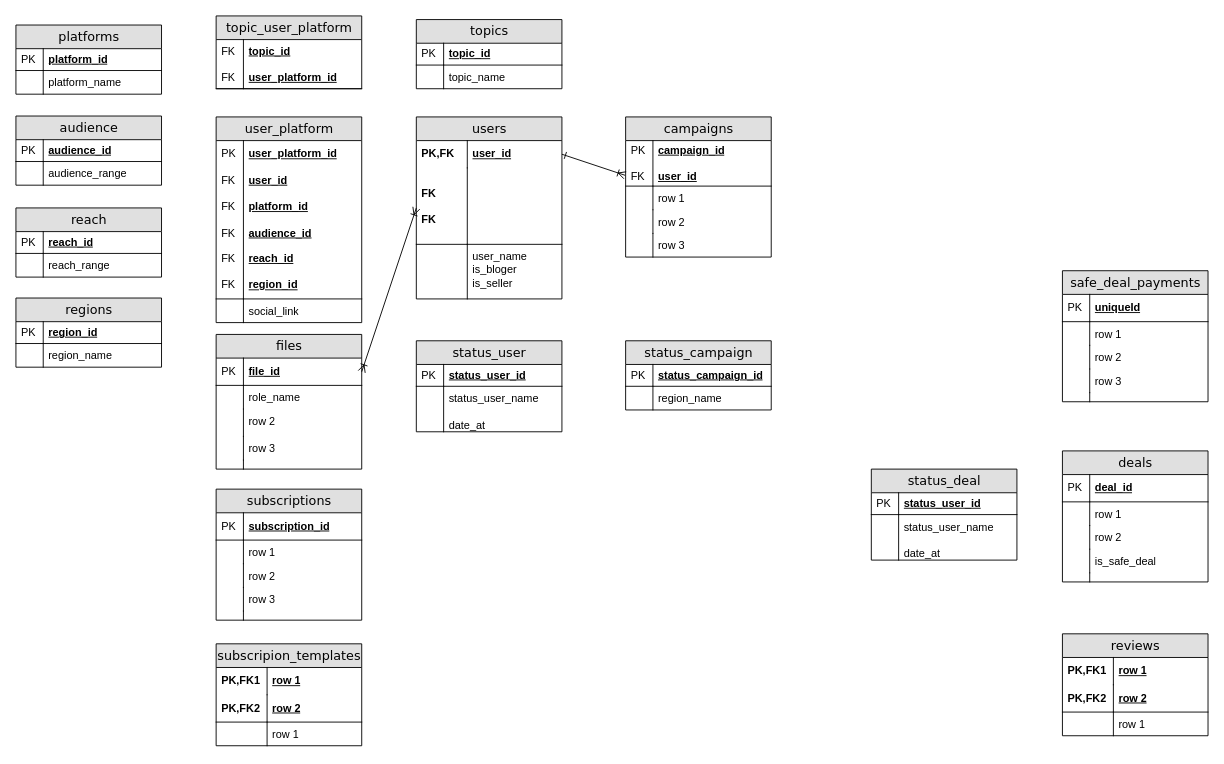
Above: diagrams/erd.drawio.xml in NadezdaHope19/practice (draw.io), before the change. Source tidied: cells renumbered, new cells numbered last; positions are measured from the earlier drawing's top-left corner, leaving out a move shared by most shapes. Both pictures are drawn from the tidied source at 91%, with x=0, y=0 at pixel (15, 15).
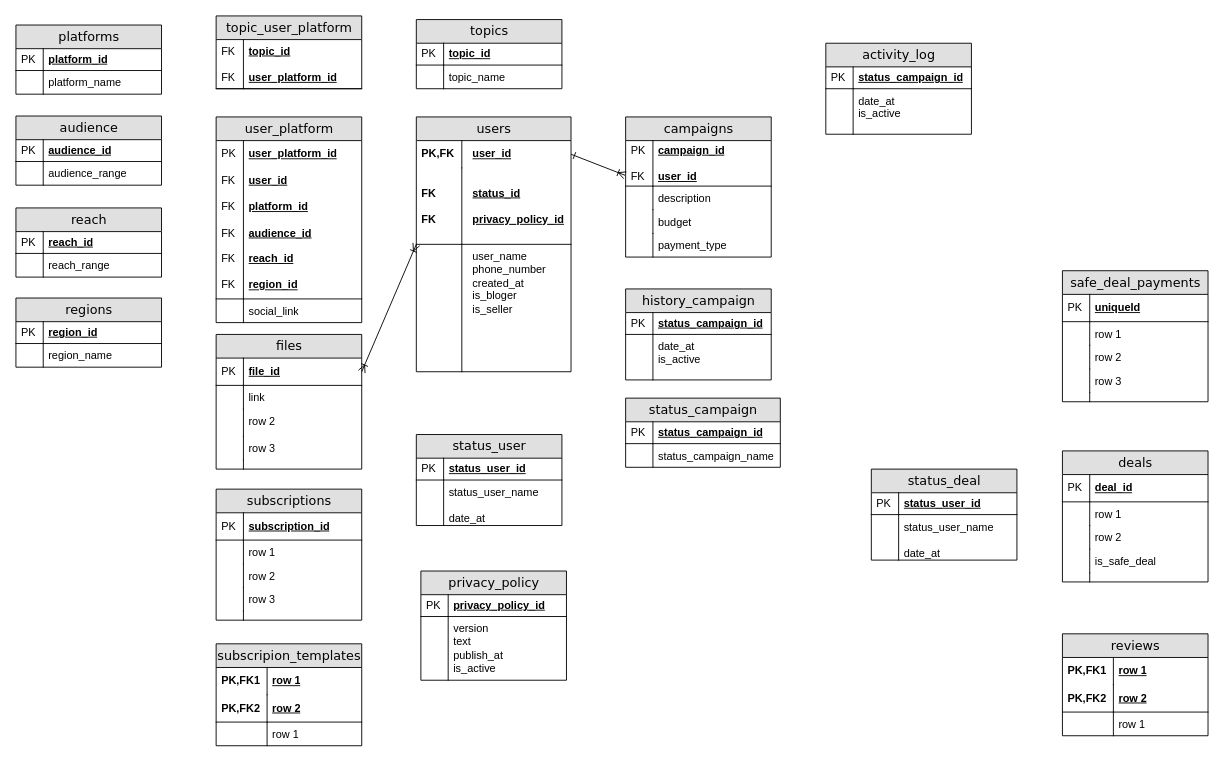
Above is the later version.

The change refers to these unchanged cells:
```xml
<mxCell id="9" value="campaigns" style="swimlane;html=1;fontStyle=0;horizontal=1;startSize=26;fillColor=#e0e0e0;swimlaneFillColor=#ffffff;align=center;rounded=0;shadow=0;comic=0;labelBackgroundColor=none;strokeWidth=1;fontFamily=Verdana;fontSize=14;swimlaneLine=1;" parent="1" vertex="1">
  <mxGeometry x="670" y="111" width="160" height="154" as="geometry" />
</mxCell>
<mxCell id="65" value="files" style="swimlane;html=1;fontStyle=0;horizontal=1;startSize=26;fillColor=#e0e0e0;swimlaneFillColor=#ffffff;align=center;rounded=0;shadow=0;comic=0;labelBackgroundColor=none;strokeWidth=1;fontFamily=Verdana;fontSize=14;" parent="1" vertex="1">
  <mxGeometry x="220" y="350" width="160" height="148" as="geometry" />
</mxCell>
```

What changed in the source:
```diff
@@
     <mxCell id="2" value="users" style="swimlane;html=1;fontStyle=0;horizontal=1;startSize=26;fillColor=#e0e0e0;swimlaneFillColor=#ffffff;align=center;rounded=0;shadow=0;comic=0;labelBackgroundColor=none;strokeWidth=1;fontFamily=Verdana;fontSize=14;" parent="1" vertex="1">
-      <mxGeometry x="440" y="111" width="160" height="200" as="geometry" />
+      <mxGeometry x="440" y="111" width="170" height="280" as="geometry" />
     </mxCell>
     <mxCell id="3" value="user_id" style="shape=partialRectangle;top=0;left=0;right=0;bottom=0;html=1;align=left;verticalAlign=middle;fillColor=none;spacingLeft=60;spacingRight=4;whiteSpace=wrap;overflow=hidden;points=[[0,0.5],[1,0.5]];portConstraint=eastwest;fontStyle=5;" parent="2" vertex="1">
-      <mxGeometry y="26" width="160" height="30" as="geometry" />
+      <mxGeometry y="26" width="170" height="30" as="geometry" />
     </mxCell>
     <mxCell id="4" value="PK,FK" style="shape=partialRectangle;fontStyle=1;top=0;left=0;bottom=0;html=1;fillColor=none;align=left;verticalAlign=middle;spacingLeft=4;spacingRight=4;whiteSpace=wrap;overflow=hidden;" parent="3" vertex="1">
-      <mxGeometry width="56" height="30" as="geometry" />
+      <mxGeometry width="50" height="30" as="geometry" />
     </mxCell>
-    <mxCell id="5" style="shape=partialRectangle;top=0;left=0;right=0;bottom=1;html=1;align=left;verticalAlign=middle;fillColor=none;spacingLeft=60;spacingRight=4;whiteSpace=wrap;overflow=hidden;fontStyle=5;" parent="2" vertex="1">
-      <mxGeometry y="56" width="160" height="84" as="geometry" />
+    <mxCell id="5" value="status_id&lt;div&gt;&lt;span style=&quot;background-color: transparent; color: light-dark(rgb(0, 0, 0), rgb(255, 255, 255));&quot;&gt;&lt;br&gt;&lt;/span&gt;&lt;/div&gt;&lt;div&gt;&lt;span style=&quot;background-color: transparent; color: light-dark(rgb(0, 0, 0), rgb(255, 255, 255));&quot;&gt;privacy_policy_id&lt;/span&gt;&lt;/div&gt;" style="shape=partialRectangle;top=0;left=0;right=0;bottom=1;html=1;align=left;verticalAlign=middle;fillColor=none;spacingLeft=60;spacingRight=4;whiteSpace=wrap;overflow=hidden;fontStyle=5;" parent="2" vertex="1">
+      <mxGeometry y="56" width="170" height="84" as="geometry" />
     </mxCell>
     <mxCell id="6" value="FK&lt;div&gt;&lt;br&gt;&lt;/div&gt;&lt;div&gt;FK&lt;/div&gt;" style="shape=partialRectangle;fontStyle=1;top=0;left=0;bottom=0;html=1;fillColor=none;align=left;verticalAlign=middle;spacingLeft=4;spacingRight=4;whiteSpace=wrap;overflow=hidden;" parent="5" vertex="1">
-      <mxGeometry width="56" height="84" as="geometry" />
+      <mxGeometry width="50" height="84" as="geometry" />
     </mxCell>
-    <mxCell id="7" value="user_name&lt;div&gt;is_bloger&lt;/div&gt;&lt;div&gt;is_seller&lt;/div&gt;&lt;div&gt;&lt;br&gt;&lt;/div&gt;" style="shape=partialRectangle;top=0;left=0;right=0;bottom=0;html=1;align=left;verticalAlign=top;fillColor=none;spacingLeft=60;spacingRight=4;whiteSpace=wrap;overflow=hidden;" parent="2" vertex="1">
-      <mxGeometry y="140" width="160" height="60" as="geometry" />
+    <mxCell id="7" value="user_name&lt;div&gt;phone_number&lt;br&gt;&lt;div&gt;created_at&lt;/div&gt;&lt;div&gt;is_bloger&lt;/div&gt;&lt;div&gt;is_seller&lt;/div&gt;&lt;div&gt;&lt;br&gt;&lt;/div&gt;&lt;/div&gt;" style="shape=partialRectangle;top=0;left=0;right=0;bottom=0;html=1;align=left;verticalAlign=top;fillColor=none;spacingLeft=60;spacingRight=4;whiteSpace=wrap;overflow=hidden;" parent="2" vertex="1">
+      <mxGeometry y="140" width="170" height="140" as="geometry" />
     </mxCell>
     <mxCell id="8" style="shape=partialRectangle;top=0;left=0;bottom=0;html=1;fillColor=none;align=left;verticalAlign=top;spacingLeft=4;spacingRight=4;whiteSpace=wrap;overflow=hidden;" parent="7" vertex="1">
-      <mxGeometry width="56" height="60" as="geometry" />
+      <mxGeometry width="50" height="140" as="geometry" />
     </mxCell>
@@
-    <mxCell id="12" value="row 1" style="shape=partialRectangle;top=0;left=0;right=0;bottom=0;html=1;align=left;verticalAlign=top;fillColor=none;spacingLeft=34;spacingRight=4;whiteSpace=wrap;overflow=hidden;" parent="9" vertex="1">
+    <mxCell id="12" value="description" style="shape=partialRectangle;top=0;left=0;right=0;bottom=0;html=1;align=left;verticalAlign=top;fillColor=none;spacingLeft=34;spacingRight=4;whiteSpace=wrap;overflow=hidden;" parent="9" vertex="1">
       <mxGeometry y="76" width="160" height="26" as="geometry" />
     </mxCell>
@@
-    <mxCell id="14" value="row 2" style="shape=partialRectangle;top=0;left=0;right=0;bottom=0;html=1;align=left;verticalAlign=top;fillColor=none;spacingLeft=34;spacingRight=4;whiteSpace=wrap;overflow=hidden;" parent="9" vertex="1">
+    <mxCell id="14" value="budget" style="shape=partialRectangle;top=0;left=0;right=0;bottom=0;html=1;align=left;verticalAlign=top;fillColor=none;spacingLeft=34;spacingRight=4;whiteSpace=wrap;overflow=hidden;" parent="9" vertex="1">
       <mxGeometry y="102" width="160" height="26" as="geometry" />
     </mxCell>
@@
-    <mxCell id="16" value="row 3" style="shape=partialRectangle;top=0;left=0;right=0;bottom=0;html=1;align=left;verticalAlign=top;fillColor=none;spacingLeft=34;spacingRight=4;whiteSpace=wrap;overflow=hidden;" parent="9" vertex="1">
+    <mxCell id="16" value="payment_type" style="shape=partialRectangle;top=0;left=0;right=0;bottom=0;html=1;align=left;verticalAlign=top;fillColor=none;spacingLeft=34;spacingRight=4;whiteSpace=wrap;overflow=hidden;" parent="9" vertex="1">
       <mxGeometry y="128" width="160" height="26" as="geometry" />
     </mxCell>
@@
-    <mxCell id="68" value="role_name" style="shape=partialRectangle;top=0;left=0;right=0;bottom=0;html=1;align=left;verticalAlign=top;fillColor=none;spacingLeft=34;spacingRight=4;whiteSpace=wrap;overflow=hidden;" parent="65" vertex="1">
+    <mxCell id="68" value="link" style="shape=partialRectangle;top=0;left=0;right=0;bottom=0;html=1;align=left;verticalAlign=top;fillColor=none;spacingLeft=34;spacingRight=4;whiteSpace=wrap;overflow=hidden;" parent="65" vertex="1">
       <mxGeometry y="56" width="160" height="26" as="geometry" />
     </mxCell>
@@
     <mxCell id="111" value="status_user" style="swimlane;html=1;fontStyle=0;horizontal=1;startSize=26;fillColor=#e0e0e0;swimlaneFillColor=#ffffff;align=center;rounded=0;shadow=0;comic=0;labelBackgroundColor=none;strokeWidth=1;fontFamily=Verdana;fontSize=14;swimlaneLine=1;" parent="1" vertex="1">
-      <mxGeometry x="440" y="357" width="160" height="100" as="geometry" />
+      <mxGeometry x="440" y="460" width="160" height="100" as="geometry" />
     </mxCell>
@@
     <mxCell id="116" value="status_campaign" style="swimlane;html=1;fontStyle=0;horizontal=1;startSize=26;fillColor=#e0e0e0;swimlaneFillColor=#ffffff;align=center;rounded=0;shadow=0;comic=0;labelBackgroundColor=none;strokeWidth=1;fontFamily=Verdana;fontSize=14;swimlaneLine=1;" parent="1" vertex="1">
-      <mxGeometry x="670" y="357" width="160" height="76" as="geometry" />
+      <mxGeometry x="670" y="420" width="170" height="76" as="geometry" />
     </mxCell>
     <mxCell id="117" value="status_campaign_id" style="shape=partialRectangle;top=0;left=0;right=0;bottom=1;html=1;align=left;verticalAlign=middle;fillColor=none;spacingLeft=34;spacingRight=4;whiteSpace=wrap;overflow=hidden;fontStyle=5;" parent="116" vertex="1">
-      <mxGeometry y="26" width="160" height="24" as="geometry" />
+      <mxGeometry y="26" width="170" height="24" as="geometry" />
     </mxCell>
@@
-    <mxCell id="119" value="region_name" style="shape=partialRectangle;top=0;left=0;right=0;bottom=0;html=1;align=left;verticalAlign=top;fillColor=none;spacingLeft=34;spacingRight=4;whiteSpace=wrap;overflow=hidden;" parent="116" vertex="1">
-      <mxGeometry y="50" width="160" height="26" as="geometry" />
+    <mxCell id="119" value="status_campaign_name" style="shape=partialRectangle;top=0;left=0;right=0;bottom=0;html=1;align=left;verticalAlign=top;fillColor=none;spacingLeft=34;spacingRight=4;whiteSpace=wrap;overflow=hidden;" parent="116" vertex="1">
+      <mxGeometry y="50" width="170" height="26" as="geometry" />
     </mxCell>
@@
+    <mxCell id="126" value="privacy_policy" style="swimlane;html=1;fontStyle=0;horizontal=1;startSize=26;fillColor=#e0e0e0;swimlaneFillColor=#ffffff;align=center;rounded=0;shadow=0;comic=0;labelBackgroundColor=none;strokeWidth=1;fontFamily=Verdana;fontSize=14;swimlaneLine=1;" parent="1" vertex="1">
+      <mxGeometry x="445" y="610" width="160" height="120" as="geometry" />
+    </mxCell>
+    <mxCell id="127" value="privacy_policy_id" style="shape=partialRectangle;top=0;left=0;right=0;bottom=1;html=1;align=left;verticalAlign=middle;fillColor=none;spacingLeft=34;spacingRight=4;whiteSpace=wrap;overflow=hidden;fontStyle=5;" parent="126" vertex="1">
+      <mxGeometry y="26" width="160" height="24" as="geometry" />
+    </mxCell>
+    <mxCell id="128" value="PK" style="shape=partialRectangle;top=0;left=0;bottom=0;html=1;fillColor=none;align=left;verticalAlign=middle;spacingLeft=4;spacingRight=4;whiteSpace=wrap;overflow=hidden;" parent="127" vertex="1">
+      <mxGeometry width="30" height="24" as="geometry" />
+    </mxCell>
+    <mxCell id="129" value="&lt;div&gt;&lt;font&gt;&lt;font style=&quot;&quot;&gt;v&lt;/font&gt;ersion&lt;/font&gt;&lt;/div&gt;&lt;div&gt;&lt;font&gt;text&lt;/font&gt;&lt;/div&gt;&lt;div&gt;&lt;font&gt;publish_at&lt;/font&gt;&lt;/div&gt;&lt;div&gt;&lt;font&gt;is_active&lt;/font&gt;&lt;/div&gt;" style="shape=partialRectangle;top=0;left=0;right=0;bottom=0;html=1;align=left;verticalAlign=top;fillColor=none;spacingLeft=34;spacingRight=4;whiteSpace=wrap;overflow=hidden;" parent="126" vertex="1">
+      <mxGeometry y="50" width="160" height="70" as="geometry" />
+    </mxCell>
+    <mxCell id="130" style="shape=partialRectangle;top=0;left=0;bottom=0;html=1;fillColor=none;align=left;verticalAlign=top;spacingLeft=4;spacingRight=4;whiteSpace=wrap;overflow=hidden;" parent="129" vertex="1">
+      <mxGeometry width="30" height="70" as="geometry" />
+    </mxCell>
+    <mxCell id="131" value="history_campaign" style="swimlane;html=1;fontStyle=0;horizontal=1;startSize=26;fillColor=#e0e0e0;swimlaneFillColor=#ffffff;align=center;rounded=0;shadow=0;comic=0;labelBackgroundColor=none;strokeWidth=1;fontFamily=Verdana;fontSize=14;swimlaneLine=1;" parent="1" vertex="1">
+      <mxGeometry x="670" y="300" width="160" height="100" as="geometry" />
+    </mxCell>
+    <mxCell id="132" value="status_campaign_id" style="shape=partialRectangle;top=0;left=0;right=0;bottom=1;html=1;align=left;verticalAlign=middle;fillColor=none;spacingLeft=34;spacingRight=4;whiteSpace=wrap;overflow=hidden;fontStyle=5;" parent="131" vertex="1">
+      <mxGeometry y="26" width="160" height="24" as="geometry" />
+    </mxCell>
+    <mxCell id="133" value="PK" style="shape=partialRectangle;top=0;left=0;bottom=0;html=1;fillColor=none;align=left;verticalAlign=middle;spacingLeft=4;spacingRight=4;whiteSpace=wrap;overflow=hidden;" parent="132" vertex="1">
+      <mxGeometry width="30" height="24" as="geometry" />
+    </mxCell>
+    <mxCell id="134" value="date_at&lt;div&gt;&lt;span style=&quot;background-color: transparent; color: light-dark(rgb(0, 0, 0), rgb(255, 255, 255));&quot;&gt;is_active&lt;/span&gt;&lt;/div&gt;" style="shape=partialRectangle;top=0;left=0;right=0;bottom=0;html=1;align=left;verticalAlign=top;fillColor=none;spacingLeft=34;spacingRight=4;whiteSpace=wrap;overflow=hidden;" parent="131" vertex="1">
+      <mxGeometry y="50" width="160" height="50" as="geometry" />
+    </mxCell>
+    <mxCell id="135" style="shape=partialRectangle;top=0;left=0;bottom=0;html=1;fillColor=none;align=left;verticalAlign=top;spacingLeft=4;spacingRight=4;whiteSpace=wrap;overflow=hidden;" parent="134" vertex="1">
+      <mxGeometry width="30" height="50" as="geometry" />
+    </mxCell>
+    <mxCell id="136" value="activity_log" style="swimlane;html=1;fontStyle=0;horizontal=1;startSize=26;fillColor=#e0e0e0;swimlaneFillColor=#ffffff;align=center;rounded=0;shadow=0;comic=0;labelBackgroundColor=none;strokeWidth=1;fontFamily=Verdana;fontSize=14;swimlaneLine=1;" parent="1" vertex="1">
+      <mxGeometry x="890" y="30" width="160" height="100" as="geometry" />
+    </mxCell>
+    <mxCell id="137" value="status_campaign_id" style="shape=partialRectangle;top=0;left=0;right=0;bottom=1;html=1;align=left;verticalAlign=middle;fillColor=none;spacingLeft=34;spacingRight=4;whiteSpace=wrap;overflow=hidden;fontStyle=5;" parent="136" vertex="1">
+      <mxGeometry y="26" width="160" height="24" as="geometry" />
+    </mxCell>
+    <mxCell id="138" value="PK" style="shape=partialRectangle;top=0;left=0;bottom=0;html=1;fillColor=none;align=left;verticalAlign=middle;spacingLeft=4;spacingRight=4;whiteSpace=wrap;overflow=hidden;" parent="137" vertex="1">
+      <mxGeometry width="30" height="24" as="geometry" />
+    </mxCell>
+    <mxCell id="139" value="date_at&lt;div&gt;&lt;span style=&quot;background-color: transparent; color: light-dark(rgb(0, 0, 0), rgb(255, 255, 255));&quot;&gt;is_active&lt;/span&gt;&lt;/div&gt;" style="shape=partialRectangle;top=0;left=0;right=0;bottom=0;html=1;align=left;verticalAlign=top;fillColor=none;spacingLeft=34;spacingRight=4;whiteSpace=wrap;overflow=hidden;" parent="136" vertex="1">
+      <mxGeometry y="50" width="160" height="50" as="geometry" />
+    </mxCell>
+    <mxCell id="140" style="shape=partialRectangle;top=0;left=0;bottom=0;html=1;fillColor=none;align=left;verticalAlign=top;spacingLeft=4;spacingRight=4;whiteSpace=wrap;overflow=hidden;" parent="139" vertex="1">
+      <mxGeometry width="30" height="50" as="geometry" />
+    </mxCell>
```
